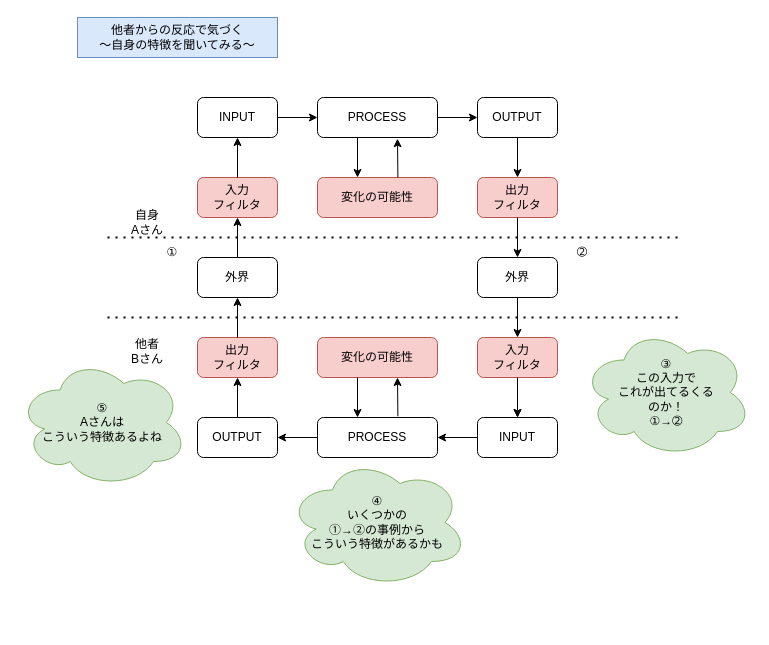
YossyIto/booklog_drowio keeps this draw.io diagram as qiita_kosei_output_self1.drawio. Above is the earlier version. Source tidied: cells renumbered, new cells numbered last; positions are measured from the earlier drawing's top-left corner, leaving out a move shared by most shapes. Both pictures are drawn from the tidied source at 100%, with x=0, y=0 at pixel (17, 17).
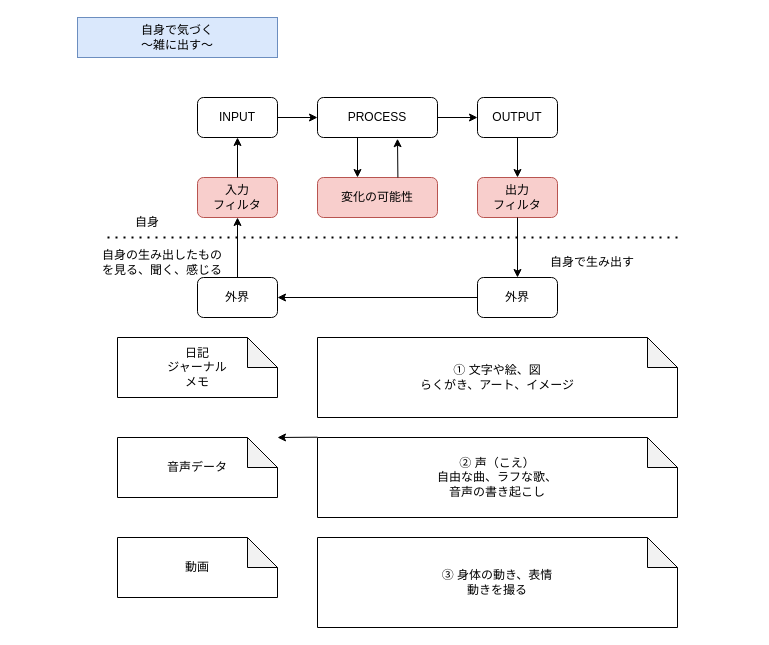
The same diagram, later.

Commit message:
qiita_kosei_output_self1.drawio を更新します

Change to the diagram source:
```diff
@@
-    <mxCell id="2" value="他者からの反応で気づく&lt;div&gt;～自身の特徴を聞いてみる～&lt;/div&gt;" style="text;html=1;align=center;verticalAlign=middle;whiteSpace=wrap;rounded=0;fillColor=#dae8fc;strokeColor=#6c8ebf;" parent="1" vertex="1">
+    <mxCell id="2" value="自身で気づく&lt;div&gt;～雑に出す～&lt;/div&gt;" style="text;html=1;align=center;verticalAlign=middle;whiteSpace=wrap;rounded=0;fillColor=#dae8fc;strokeColor=#6c8ebf;" parent="1" vertex="1">
       <mxGeometry x="60" width="200" height="40" as="geometry" />
     </mxCell>
     <mxCell id="3" value="外界" style="rounded=1;whiteSpace=wrap;html=1;" parent="1" vertex="1">
-      <mxGeometry x="180" y="240" width="80" height="40" as="geometry" />
+      <mxGeometry x="180" y="260" width="80" height="40" as="geometry" />
     </mxCell>
@@
     <mxCell id="9" value="外界" style="rounded=1;whiteSpace=wrap;html=1;" parent="1" vertex="1">
-      <mxGeometry x="460" y="240" width="80" height="40" as="geometry" />
+      <mxGeometry x="460" y="260" width="80" height="40" as="geometry" />
     </mxCell>
@@
-    <mxCell id="20" value="INPUT" style="rounded=1;whiteSpace=wrap;html=1;" parent="1" vertex="1">
-      <mxGeometry x="460" y="400" width="80" height="40" as="geometry" />
-    </mxCell>
-    <mxCell id="21" style="edgeStyle=orthogonalEdgeStyle;rounded=0;jettySize=auto;html=1;" parent="1" edge="1" source="22" target="20">
-      <mxGeometry relative="1" as="geometry" />
-    </mxCell>
-    <mxCell id="22" value="入力&lt;div&gt;フィルタ&lt;/div&gt;" style="rounded=1;whiteSpace=wrap;html=1;fillColor=#f8cecc;strokeColor=#b85450;" parent="1" vertex="1">
-      <mxGeometry x="460" y="320" width="80" height="40" as="geometry" />
-    </mxCell>
-    <mxCell id="23" style="endArrow=classic;html=1;rounded=0;" parent="1" edge="1" source="9" target="22">
-      <mxGeometry relative="1" as="geometry" />
-    </mxCell>
-    <mxCell id="24" style="endArrow=classic;html=1;rounded=0;entryX=0.5;entryY=0;entryDx=0;entryDy=0;" parent="1" edge="1" source="22" target="20">
-      <mxGeometry relative="1" as="geometry" />
-    </mxCell>
-    <mxCell id="25" value="自身&lt;div&gt;Aさん&lt;/div&gt;" style="text;html=1;align=center;verticalAlign=middle;whiteSpace=wrap;rounded=0;" parent="1" vertex="1">
+    <mxCell id="25" value="自身" style="text;html=1;align=center;verticalAlign=middle;whiteSpace=wrap;rounded=0;" parent="1" vertex="1">
       <mxGeometry x="100" y="190" width="60" height="30" as="geometry" />
     </mxCell>
-    <mxCell id="26" value="他者&lt;div&gt;Bさん&lt;/div&gt;" style="text;html=1;align=center;verticalAlign=middle;whiteSpace=wrap;rounded=0;" parent="1" vertex="1">
-      <mxGeometry x="100" y="319" width="60" height="30" as="geometry" />
-    </mxCell>
-    <mxCell id="27" style="endArrow=none;dashed=1;html=1;dashPattern=1 3;strokeWidth=2;rounded=0;" parent="1" edge="1">
-      <mxGeometry relative="1" as="geometry">
-        <mxPoint x="90" y="300" as="sourcePoint" />
-        <mxPoint x="660" y="300" as="targetPoint" />
-      </mxGeometry>
-    </mxCell>
-    <mxCell id="28" value="OUTPUT" style="rounded=1;whiteSpace=wrap;html=1;" parent="1" vertex="1">
-      <mxGeometry x="180" y="400" width="80" height="40" as="geometry" />
-    </mxCell>
-    <mxCell id="29" value="PROCESS" style="rounded=1;whiteSpace=wrap;html=1;" parent="1" vertex="1">
-      <mxGeometry x="300" y="400" width="120" height="40" as="geometry" />
-    </mxCell>
-    <mxCell id="30" value="&lt;div&gt;③&lt;/div&gt;この入力で&lt;div&gt;これが出てるくる&lt;/div&gt;&lt;div&gt;のか！&lt;/div&gt;&lt;div&gt;①→➁&lt;/div&gt;" style="ellipse;shape=cloud;whiteSpace=wrap;html=1;fillColor=#d5e8d4;strokeColor=#82b366;" parent="1" vertex="1">
-      <mxGeometry x="564" y="310" width="170" height="130" as="geometry" />
-    </mxCell>
-    <mxCell id="31" value="出力&lt;div&gt;フィルタ&lt;/div&gt;" style="rounded=1;whiteSpace=wrap;html=1;fillColor=#f8cecc;strokeColor=#b85450;" parent="1" vertex="1">
-      <mxGeometry x="180" y="320" width="80" height="40" as="geometry" />
-    </mxCell>
-    <mxCell id="32" value="変化の可能性" style="rounded=1;whiteSpace=wrap;html=1;fillColor=#f8cecc;strokeColor=#b85450;" parent="1" vertex="1">
-      <mxGeometry x="300" y="320" width="120" height="40" as="geometry" />
-    </mxCell>
-    <mxCell id="33" style="endArrow=classic;html=1;rounded=0;exitX=0.25;exitY=1;exitDx=0;exitDy=0;entryX=0.25;entryY=0;entryDx=0;entryDy=0;" parent="1" edge="1">
-      <mxGeometry relative="1" as="geometry">
-        <mxPoint x="340" y="360" as="sourcePoint" />
-        <mxPoint x="340" y="400" as="targetPoint" />
-      </mxGeometry>
-    </mxCell>
-    <mxCell id="34" style="endArrow=classic;html=1;rounded=0;entryX=0.83;entryY=1.029;entryDx=0;entryDy=0;entryPerimeter=0;" parent="1" edge="1">
-      <mxGeometry relative="1" as="geometry">
-        <mxPoint x="380.4" y="398.8" as="sourcePoint" />
-        <mxPoint x="380" y="360" as="targetPoint" />
-      </mxGeometry>
-    </mxCell>
-    <mxCell id="35" style="endArrow=classic;html=1;rounded=0;exitX=0;exitY=0.5;exitDx=0;exitDy=0;entryX=1;entryY=0.5;entryDx=0;entryDy=0;" parent="1" edge="1" source="20" target="29">
-      <mxGeometry relative="1" as="geometry" />
+    <mxCell id="35" style="endArrow=classic;html=1;rounded=0;exitX=0;exitY=0.5;exitDx=0;exitDy=0;entryX=1;entryY=0.5;entryDx=0;entryDy=0;" parent="1" edge="1">
+      <mxGeometry relative="1" as="geometry">
+        <mxPoint x="440" y="480" as="sourcePoint" />
+        <mxPoint x="420" y="420" as="targetPoint" />
+      </mxGeometry>
     </mxCell>
-    <mxCell id="36" style="endArrow=classic;html=1;rounded=0;" parent="1" edge="1" source="29" target="28">
-      <mxGeometry relative="1" as="geometry" />
+    <mxCell id="36" style="endArrow=classic;html=1;rounded=0;" parent="1" edge="1">
+      <mxGeometry relative="1" as="geometry">
+        <mxPoint x="300" y="419.7" as="sourcePoint" />
+        <mxPoint x="260" y="420" as="targetPoint" />
+      </mxGeometry>
     </mxCell>
-    <mxCell id="37" style="endArrow=classic;html=1;rounded=0;" parent="1" edge="1" target="3">
-      <mxGeometry relative="1" as="geometry">
-        <mxPoint x="220" y="320" as="sourcePoint" />
-      </mxGeometry>
-    </mxCell>
-    <mxCell id="38" style="endArrow=classic;html=1;rounded=0;" parent="1" edge="1" source="28" target="31">
-      <mxGeometry relative="1" as="geometry" />
-    </mxCell>
-    <mxCell id="39" value="&lt;div&gt;④&lt;/div&gt;いくつかの&lt;div&gt;①→➁の事例から&lt;/div&gt;&lt;div&gt;こういう特徴があるかも&lt;/div&gt;" style="ellipse;shape=cloud;whiteSpace=wrap;html=1;fillColor=#d5e8d4;strokeColor=#82b366;" parent="1" vertex="1">
-      <mxGeometry x="270" y="440" width="180" height="130" as="geometry" />
-    </mxCell>
-    <mxCell id="40" value="①" style="text;html=1;align=center;verticalAlign=middle;whiteSpace=wrap;rounded=0;" parent="1" vertex="1">
-      <mxGeometry x="130" y="220" width="50" height="30" as="geometry" />
-    </mxCell>
-    <mxCell id="41" value="➁" style="text;html=1;align=center;verticalAlign=middle;whiteSpace=wrap;rounded=0;" parent="1" vertex="1">
-      <mxGeometry x="540" y="220" width="50" height="30" as="geometry" />
-    </mxCell>
-    <mxCell id="42" value="&lt;div&gt;⑤&lt;/div&gt;Aさんは&lt;div&gt;こういう特徴あるよね&lt;/div&gt;" style="ellipse;shape=cloud;whiteSpace=wrap;html=1;fillColor=#d5e8d4;strokeColor=#82b366;" parent="1" vertex="1">
-      <mxGeometry y="340" width="170" height="130" as="geometry" />
-    </mxCell>
+    <mxCell id="43" value="日記&lt;div&gt;ジャーナル&lt;/div&gt;&lt;div&gt;メモ&lt;/div&gt;" style="shape=note;whiteSpace=wrap;html=1;backgroundOutline=1;darkOpacity=0.05;" parent="1" vertex="1">
+      <mxGeometry x="100" y="320" width="160" height="60" as="geometry" />
+    </mxCell>
+    <mxCell id="44" value="音声データ" style="shape=note;whiteSpace=wrap;html=1;backgroundOutline=1;darkOpacity=0.05;" parent="1" vertex="1">
+      <mxGeometry x="100" y="420" width="160" height="60" as="geometry" />
+    </mxCell>
+    <mxCell id="45" value="① 文字や絵、図&lt;div&gt;らくがき、アート、イメージ&lt;/div&gt;" style="shape=note;whiteSpace=wrap;html=1;backgroundOutline=1;darkOpacity=0.05;" parent="1" vertex="1">
+      <mxGeometry x="300" y="320" width="360" height="80" as="geometry" />
+    </mxCell>
+    <mxCell id="46" value="&lt;div&gt;➁ 声（こえ）&lt;/div&gt;&lt;div&gt;自由な曲、ラフな歌、&lt;/div&gt;&lt;div&gt;音声の書き起こし&lt;/div&gt;" style="shape=note;whiteSpace=wrap;html=1;backgroundOutline=1;darkOpacity=0.05;" parent="1" vertex="1">
+      <mxGeometry x="300" y="420" width="360" height="80" as="geometry" />
+    </mxCell>
+    <mxCell id="47" style="endArrow=classic;html=1;rounded=0;exitX=0;exitY=0.5;exitDx=0;exitDy=0;entryX=1;entryY=0.5;entryDx=0;entryDy=0;" parent="1" edge="1" source="9" target="3">
+      <mxGeometry relative="1" as="geometry" />
+    </mxCell>
+    <mxCell id="48" value="&lt;div&gt;③ 身体の動き、表情&lt;/div&gt;&lt;div&gt;動きを撮る&lt;/div&gt;" style="shape=note;whiteSpace=wrap;html=1;backgroundOutline=1;darkOpacity=0.05;" parent="1" vertex="1">
+      <mxGeometry x="300" y="520" width="360" height="90" as="geometry" />
+    </mxCell>
+    <mxCell id="49" value="自身の生み出したものを見る、聞く、感じる" style="text;html=1;align=center;verticalAlign=middle;whiteSpace=wrap;rounded=0;" parent="1" vertex="1">
+      <mxGeometry x="80" y="230" width="130" height="30" as="geometry" />
+    </mxCell>
+    <mxCell id="50" value="自身で生み出す" style="text;html=1;align=center;verticalAlign=middle;whiteSpace=wrap;rounded=0;" parent="1" vertex="1">
+      <mxGeometry x="510" y="230" width="130" height="30" as="geometry" />
+    </mxCell>
+    <mxCell id="51" value="動画" style="shape=note;whiteSpace=wrap;html=1;backgroundOutline=1;darkOpacity=0.05;" parent="1" vertex="1">
+      <mxGeometry x="100" y="520" width="160" height="60" as="geometry" />
+    </mxCell>
```
